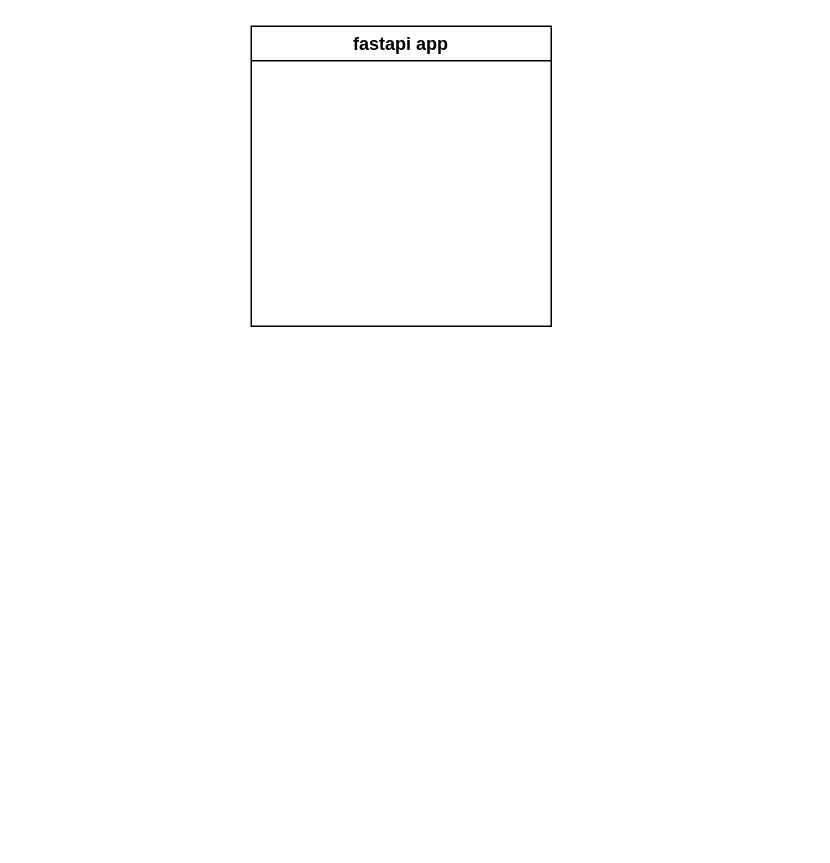
Earlier version of the draw.io diagram Untitled Diagram.drawio (Kanishk2207/Image_process). Source tidied: cells renumbered, new cells numbered last; positions are measured from the earlier drawing's top-left corner, leaving out a move shared by most shapes. Both pictures are drawn from the tidied source at 150%, with x=0, y=0 at pixel (250, 26).
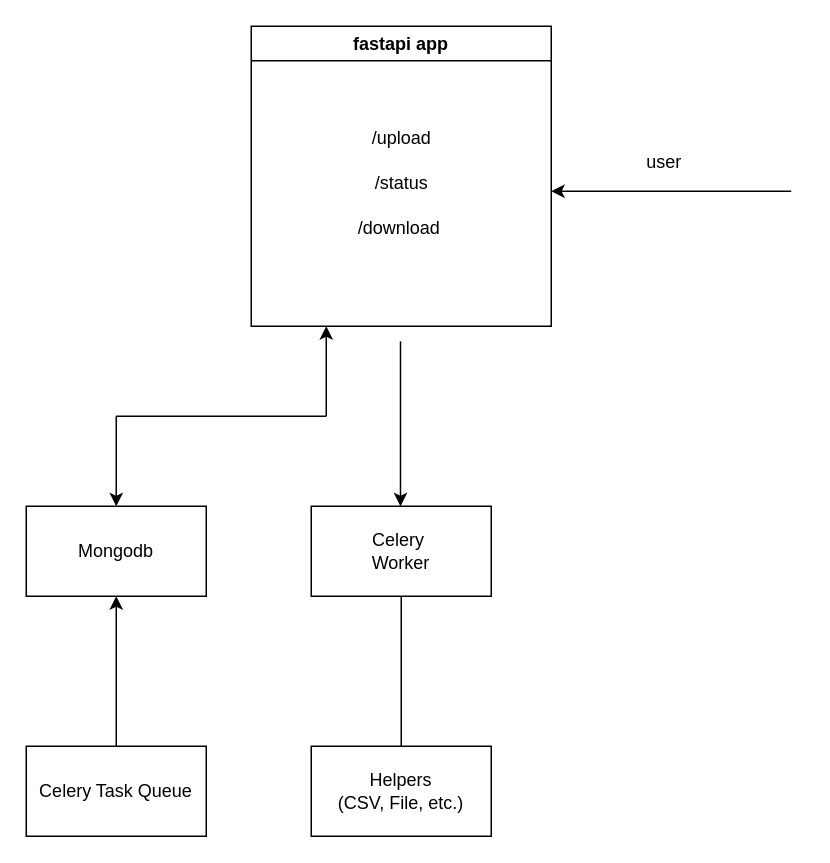
After the change.

The change refers to these unchanged cells:
```xml
<mxCell id="2" value="fastapi app" style="swimlane;whiteSpace=wrap;html=1;" parent="1" vertex="1">
  <mxGeometry width="200" height="200" as="geometry" />
</mxCell>
```

The edit, as a diff of the source:
```diff
@@
+    <mxCell id="3" value="/upload" style="text;html=1;align=center;verticalAlign=middle;strokeColor=none;fillColor=none;" parent="2" vertex="1">
+      <mxGeometry x="70" y="60" width="60" height="30" as="geometry" />
+    </mxCell>
+    <mxCell id="4" value="/&lt;span class=&quot;hljs-built_in&quot;&gt;status&lt;/span&gt;" style="text;html=1;align=center;verticalAlign=middle;strokeColor=none;fillColor=none;" parent="2" vertex="1">
+      <mxGeometry x="70" y="90" width="60" height="30" as="geometry" />
+    </mxCell>
+    <mxCell id="5" value="/download&amp;nbsp;" style="text;html=1;align=center;verticalAlign=middle;strokeColor=none;fillColor=none;" parent="2" vertex="1">
+      <mxGeometry x="60" y="120" width="80" height="30" as="geometry" />
+    </mxCell>
+    <mxCell id="6" style="endArrow=classic;html=1;rounded=0;" parent="1" edge="1">
+      <mxGeometry relative="1" as="geometry">
+        <mxPoint x="360" y="110" as="sourcePoint" />
+        <mxPoint x="200" y="110" as="targetPoint" />
+      </mxGeometry>
+    </mxCell>
+    <mxCell id="7" value="user" style="text;html=1;align=center;verticalAlign=middle;strokeColor=none;fillColor=none;" parent="1" vertex="1">
+      <mxGeometry x="250" y="76" width="50" height="30" as="geometry" />
+    </mxCell>
+    <mxCell id="8" style="endArrow=classic;html=1;rounded=0;" parent="1" edge="1">
+      <mxGeometry relative="1" as="geometry">
+        <mxPoint x="99.5" y="210" as="sourcePoint" />
+        <mxPoint x="99.5" y="320" as="targetPoint" />
+      </mxGeometry>
+    </mxCell>
+    <mxCell id="9" value="Celery&amp;nbsp;&lt;div&gt;Worker&lt;/div&gt;" style="rounded=0;whiteSpace=wrap;html=1;" parent="1" vertex="1">
+      <mxGeometry x="40" y="320" width="120" height="60" as="geometry" />
+    </mxCell>
+    <mxCell id="10" value="Mongodb" style="rounded=0;whiteSpace=wrap;html=1;" parent="1" vertex="1">
+      <mxGeometry x="-150" y="320" width="120" height="60" as="geometry" />
+    </mxCell>
+    <mxCell id="11" style="endArrow=classic;html=1;rounded=0;entryX=0.25;entryY=1;entryDx=0;entryDy=0;" parent="1" edge="1" target="2">
+      <mxGeometry relative="1" as="geometry">
+        <mxPoint x="50" y="260" as="sourcePoint" />
+      </mxGeometry>
+    </mxCell>
+    <mxCell id="12" style="endArrow=none;html=1;rounded=0;" parent="1" edge="1">
+      <mxGeometry relative="1" as="geometry">
+        <mxPoint x="-80" y="260" as="sourcePoint" />
+        <mxPoint x="50" y="260" as="targetPoint" />
+        <Array as="points">
+          <mxPoint x="-90" y="260" />
+          <mxPoint x="-80" y="260" />
+        </Array>
+      </mxGeometry>
+    </mxCell>
+    <mxCell id="13" style="endArrow=classic;html=1;rounded=0;entryX=0.5;entryY=0;entryDx=0;entryDy=0;" parent="1" edge="1" target="10">
+      <mxGeometry relative="1" as="geometry">
+        <mxPoint x="-90" y="260" as="sourcePoint" />
+      </mxGeometry>
+    </mxCell>
+    <mxCell id="14" value="Helpers&lt;div&gt;(CSV, File, etc.)&lt;br&gt;&lt;/div&gt;" style="rounded=0;whiteSpace=wrap;html=1;" parent="1" vertex="1">
+      <mxGeometry x="40" y="480" width="120" height="60" as="geometry" />
+    </mxCell>
+    <mxCell id="15" value="Celery Task Queue" style="rounded=0;whiteSpace=wrap;html=1;" parent="1" vertex="1">
+      <mxGeometry x="-150" y="480" width="120" height="60" as="geometry" />
+    </mxCell>
+    <mxCell id="16" style="endArrow=none;html=1;rounded=0;entryX=0.5;entryY=1;entryDx=0;entryDy=0;exitX=0.5;exitY=0;exitDx=0;exitDy=0;" parent="1" edge="1" source="14" target="9">
+      <mxGeometry relative="1" as="geometry" />
+    </mxCell>
+    <mxCell id="17" style="endArrow=classic;html=1;rounded=0;entryX=0.5;entryY=1;entryDx=0;entryDy=0;exitX=0.5;exitY=0;exitDx=0;exitDy=0;" parent="1" edge="1" source="15" target="10">
+      <mxGeometry relative="1" as="geometry" />
+    </mxCell>
```
